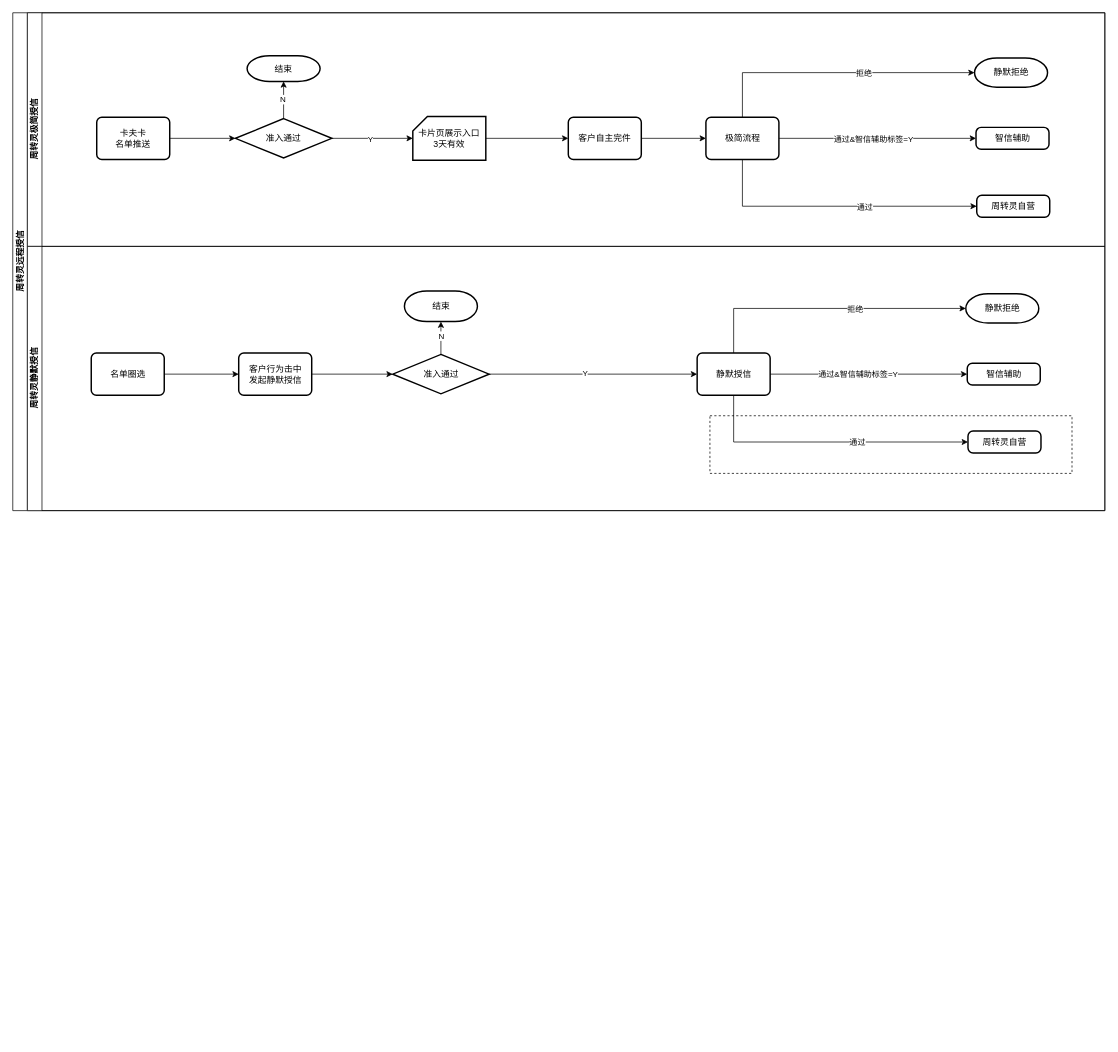
shock1024/shock_database keeps this draw.io diagram as 周转灵静默授信.drawio. Above is the earlier version. Source tidied: cells renumbered, new cells numbered last; positions are measured from the earlier drawing's top-left corner, leaving out a move shared by most shapes. Both pictures are drawn from the tidied source at 73%, with x=0, y=0 at pixel (12, 12).
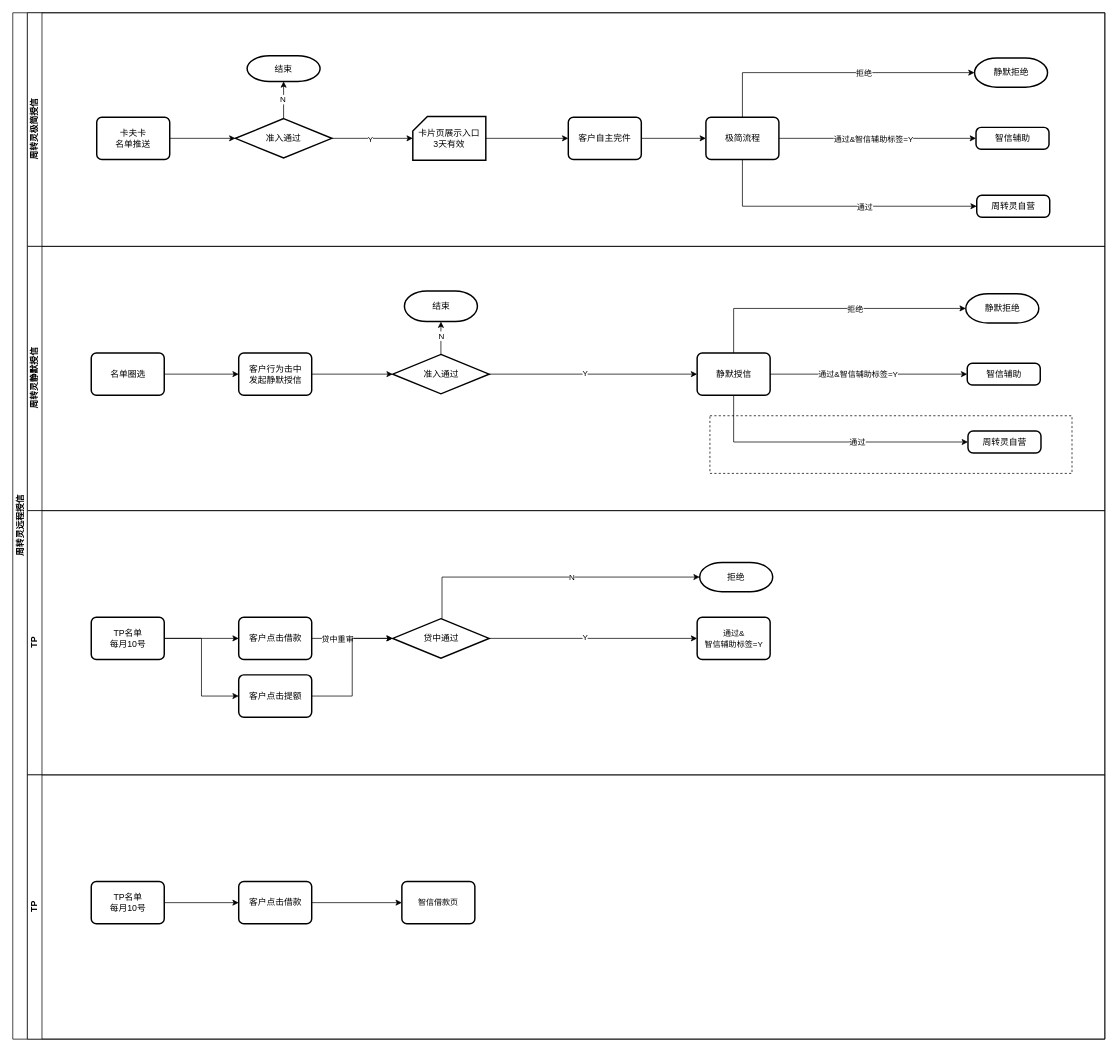
The same diagram, later.

Commit message:
更新周转灵静默授信.drawio

Diff of the diagram source:
```diff
@@
     <mxCell id="2" value="周转灵远程授信" style="swimlane;horizontal=0;startSize=20;html=1;" parent="1" vertex="1">
-      <mxGeometry width="1496" height="682" as="geometry" />
+      <mxGeometry width="1496" height="1406" as="geometry" />
     </mxCell>
@@
+    <mxCell id="48" value="TP" style="swimlane;startSize=20;horizontal=0;html=1;" parent="2" vertex="1">
+      <mxGeometry x="20" y="682" width="1476" height="362" as="geometry" />
+    </mxCell>
+    <mxCell id="49" style="edgeStyle=orthogonalEdgeStyle;rounded=0;jettySize=auto;html=1;entryX=0;entryY=0.5;entryDx=0;entryDy=0;" parent="48" edge="1" source="50" target="62">
+      <mxGeometry relative="1" as="geometry" />
+    </mxCell>
+    <mxCell id="50" value="TP名单&lt;div&gt;每月10号&lt;/div&gt;" style="rounded=1;whiteSpace=wrap;html=1;absoluteArcSize=1;arcSize=14;strokeWidth=2;" parent="48" vertex="1">
+      <mxGeometry x="87.5" y="146" width="100" height="58" as="geometry" />
+    </mxCell>
+    <mxCell id="51" style="edgeStyle=orthogonalEdgeStyle;rounded=0;jettySize=auto;html=1;entryX=0;entryY=0.5;entryDx=0;entryDy=0;" parent="48" edge="1" source="50" target="57">
+      <mxGeometry relative="1" as="geometry" />
+    </mxCell>
+    <mxCell id="52" value="&lt;span style=&quot;font-size: 11px; text-wrap-mode: nowrap; background-color: rgb(255, 255, 255);&quot;&gt;通过&amp;amp;&lt;/span&gt;&lt;div&gt;&lt;span style=&quot;font-size: 11px; text-wrap-mode: nowrap; background-color: rgb(255, 255, 255);&quot;&gt;智信辅助标签=Y&lt;/span&gt;&lt;/div&gt;" style="rounded=1;whiteSpace=wrap;html=1;absoluteArcSize=1;arcSize=14;strokeWidth=2;" parent="48" vertex="1">
+      <mxGeometry x="917.5" y="146" width="100" height="58" as="geometry" />
+    </mxCell>
+    <mxCell id="53" value="拒绝" style="strokeWidth=2;html=1;shape=mxgraph.flowchart.terminator;whiteSpace=wrap;" parent="48" vertex="1">
+      <mxGeometry x="921" y="71" width="100" height="40" as="geometry" />
+    </mxCell>
+    <mxCell id="54" style="edgeStyle=orthogonalEdgeStyle;rounded=0;jettySize=auto;html=1;entryX=0;entryY=0.5;entryDx=0;entryDy=0;" parent="48" edge="1" source="56" target="52">
+      <mxGeometry relative="1" as="geometry" />
+    </mxCell>
+    <mxCell id="55" value="Y" style="edgeLabel;html=1;align=center;verticalAlign=middle;" parent="54" vertex="1">
+      <mxGeometry x="-0.08" y="2" relative="1" as="geometry" />
+    </mxCell>
+    <mxCell id="56" value="贷中通过" style="strokeWidth=2;html=1;shape=mxgraph.flowchart.decision;whiteSpace=wrap;" parent="48" vertex="1">
+      <mxGeometry x="500.5" y="148" width="132" height="54" as="geometry" />
+    </mxCell>
+    <mxCell id="57" value="客户点击借款" style="rounded=1;whiteSpace=wrap;html=1;absoluteArcSize=1;arcSize=14;strokeWidth=2;" parent="48" vertex="1">
+      <mxGeometry x="289.5" y="146" width="100" height="58" as="geometry" />
+    </mxCell>
+    <mxCell id="58" style="edgeStyle=orthogonalEdgeStyle;rounded=0;jettySize=auto;html=1;entryX=0;entryY=0.5;entryDx=0;entryDy=0;entryPerimeter=0;" parent="48" edge="1" source="57" target="56">
+      <mxGeometry relative="1" as="geometry" />
+    </mxCell>
+    <mxCell id="59" value="贷中重审" style="edgeLabel;html=1;align=center;verticalAlign=middle;" parent="58" vertex="1">
+      <mxGeometry x="-0.37" y="-1" relative="1" as="geometry" />
+    </mxCell>
+    <mxCell id="60" style="edgeStyle=orthogonalEdgeStyle;rounded=0;jettySize=auto;html=1;entryX=0;entryY=0.5;entryDx=0;entryDy=0;entryPerimeter=0;" parent="48" edge="1" source="56" target="53">
+      <mxGeometry relative="1" as="geometry">
+        <Array as="points">
+          <mxPoint x="568" y="91" />
+        </Array>
+      </mxGeometry>
+    </mxCell>
+    <mxCell id="61" value="N" style="edgeLabel;html=1;align=center;verticalAlign=middle;" parent="60" vertex="1">
+      <mxGeometry x="0.14" relative="1" as="geometry" />
+    </mxCell>
+    <mxCell id="62" value="客户点击提额" style="rounded=1;whiteSpace=wrap;html=1;absoluteArcSize=1;arcSize=14;strokeWidth=2;" parent="48" vertex="1">
+      <mxGeometry x="289.5" y="225" width="100" height="58" as="geometry" />
+    </mxCell>
+    <mxCell id="63" style="edgeStyle=orthogonalEdgeStyle;rounded=0;jettySize=auto;html=1;entryX=0;entryY=0.5;entryDx=0;entryDy=0;entryPerimeter=0;" parent="48" edge="1" source="62" target="56">
+      <mxGeometry relative="1" as="geometry" />
+    </mxCell>
+    <mxCell id="64" value="TP" style="swimlane;startSize=20;horizontal=0;html=1;" parent="2" vertex="1">
+      <mxGeometry x="20" y="1044" width="1476" height="362" as="geometry" />
+    </mxCell>
+    <mxCell id="65" value="TP名单&lt;div&gt;每月10号&lt;/div&gt;" style="rounded=1;whiteSpace=wrap;html=1;absoluteArcSize=1;arcSize=14;strokeWidth=2;" parent="64" vertex="1">
+      <mxGeometry x="87.5" y="146" width="100" height="58" as="geometry" />
+    </mxCell>
+    <mxCell id="66" style="edgeStyle=orthogonalEdgeStyle;rounded=0;jettySize=auto;html=1;entryX=0;entryY=0.5;entryDx=0;entryDy=0;" parent="64" edge="1" source="65" target="68">
+      <mxGeometry relative="1" as="geometry" />
+    </mxCell>
+    <mxCell id="67" style="edgeStyle=orthogonalEdgeStyle;rounded=0;jettySize=auto;html=1;entryX=0;entryY=0.5;entryDx=0;entryDy=0;" parent="64" edge="1" source="68" target="69">
+      <mxGeometry relative="1" as="geometry" />
+    </mxCell>
+    <mxCell id="68" value="客户点击借款" style="rounded=1;whiteSpace=wrap;html=1;absoluteArcSize=1;arcSize=14;strokeWidth=2;" parent="64" vertex="1">
+      <mxGeometry x="289.5" y="146" width="100" height="58" as="geometry" />
+    </mxCell>
+    <mxCell id="69" value="&lt;span style=&quot;font-size: 11px; text-wrap-mode: nowrap; background-color: rgb(255, 255, 255);&quot;&gt;智信借款页&lt;/span&gt;" style="rounded=1;whiteSpace=wrap;html=1;absoluteArcSize=1;arcSize=14;strokeWidth=2;" parent="64" vertex="1">
+      <mxGeometry x="513" y="146" width="100" height="58" as="geometry" />
+    </mxCell>
```
